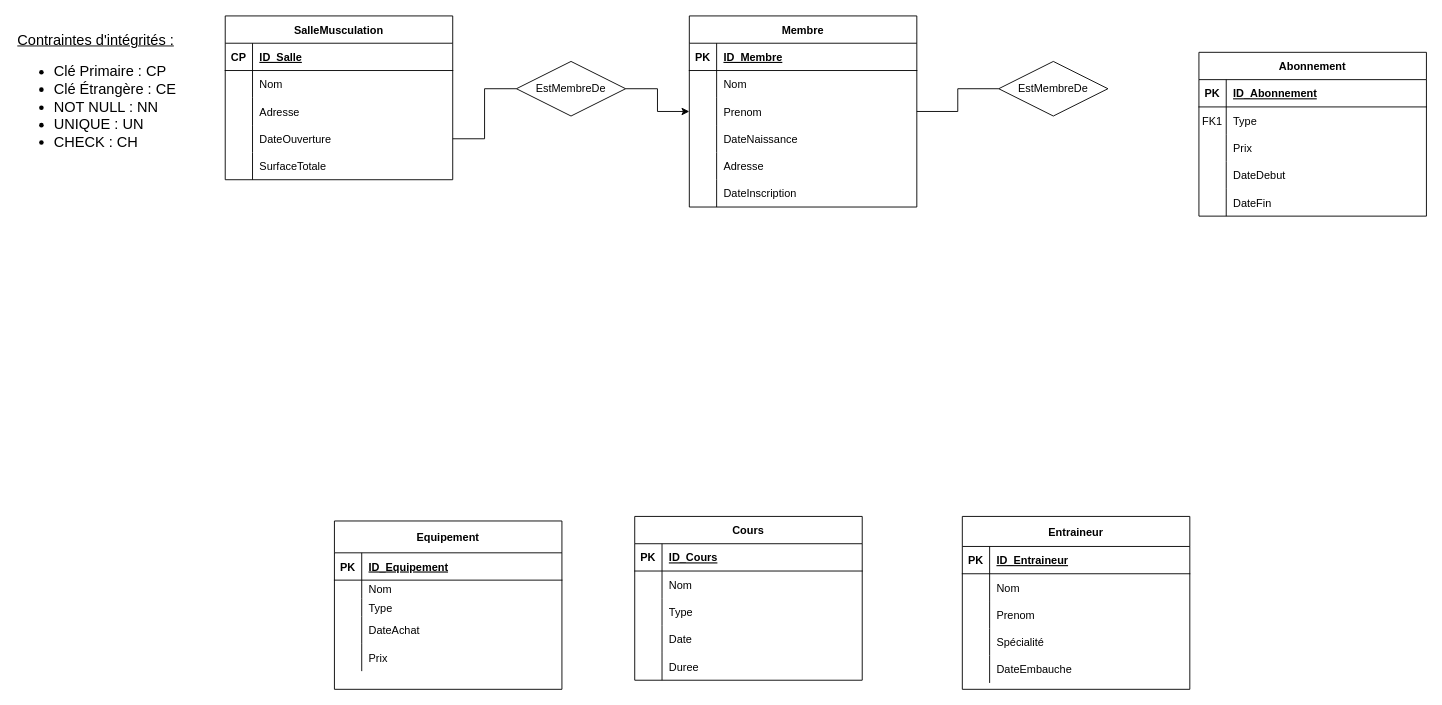
This is SchémaE/R.drawio from uvsqNathanAmoussou/SalleDeMuscuBDD, a draw.io file, before an edit. Source tidied: cells renumbered, new cells numbered last; positions are measured from the earlier drawing's top-left corner, leaving out a move shared by most shapes. Both pictures are drawn from the tidied source at 91%, with x=0, y=0 at pixel (15, 15).
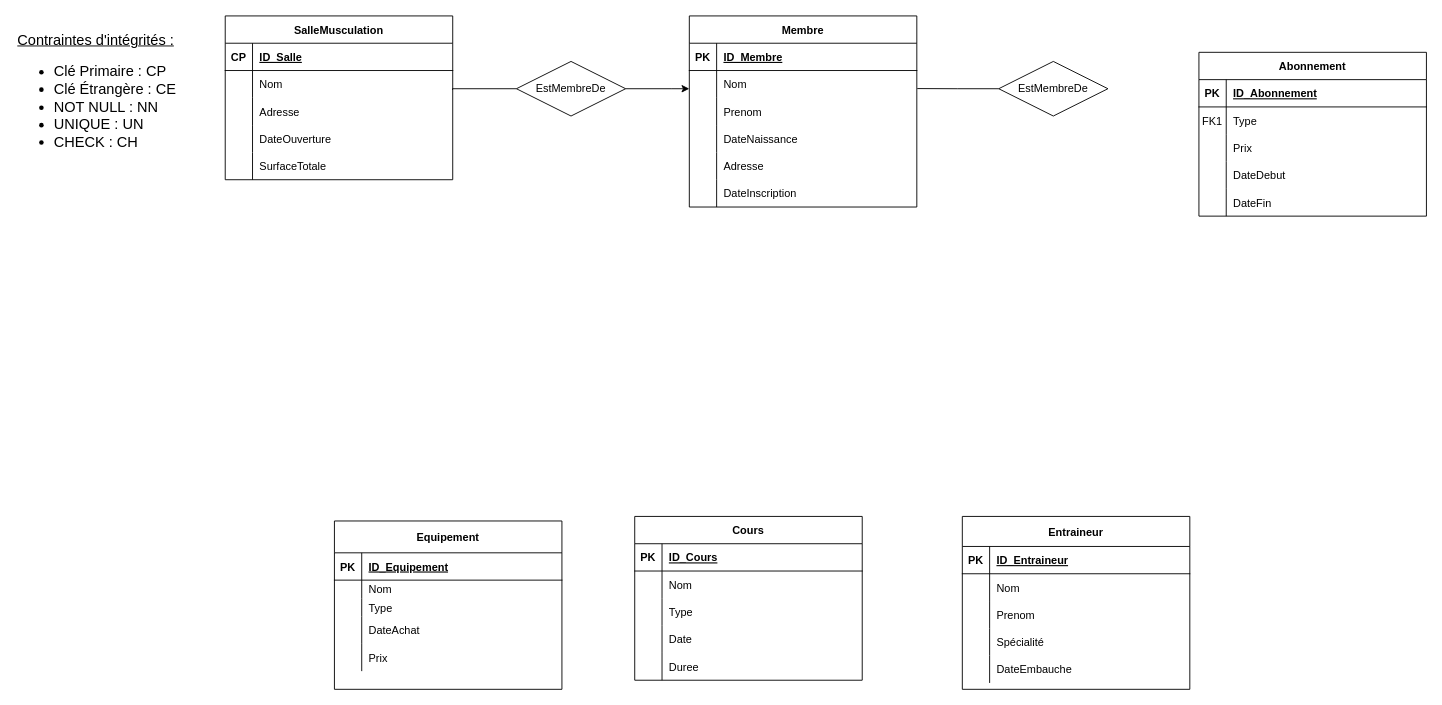
Above is the later version.

Commit message:
Mettre à jour R.drawio

Unchanged cells that the change refers to:
```xml
<mxCell id="6" style="shape=partialRectangle;fillColor=none;points=[[0,0.5],[1,0.5]];portConstraint=eastwest;top=0;left=0;right=0;bottom=0;" parent="2" vertex="1">
  <mxGeometry y="60" width="250" height="30" as="geometry" />
</mxCell>
<mxCell id="9" style="shape=partialRectangle;fillColor=none;points=[[0,0.5],[1,0.5]];portConstraint=eastwest;top=0;left=0;right=0;bottom=0;" parent="2" vertex="1">
  <mxGeometry y="90" width="250" height="30" as="geometry" />
</mxCell>
<mxCell id="41" style="shape=partialRectangle;fillColor=none;points=[[0,0.5],[1,0.5]];portConstraint=eastwest;top=0;left=0;right=0;bottom=0;" parent="37" vertex="1">
  <mxGeometry y="60" width="250" height="30" as="geometry" />
</mxCell>
<mxCell id="47" style="shape=partialRectangle;fillColor=none;points=[[0,0.5],[1,0.5]];portConstraint=eastwest;top=0;left=0;right=0;bottom=0;" parent="37" vertex="1">
  <mxGeometry y="120" width="250" height="30" as="geometry" />
</mxCell>
<mxCell id="103" value="EstMembreDe" style="shape=rhombus;perimeter=rhombusPerimeter;whiteSpace=wrap;html=1;align=center;" parent="1" vertex="1">
  <mxGeometry x="550" y="50" width="120" height="60" as="geometry" />
</mxCell>
<mxCell id="105" value="EstMembreDe" style="shape=rhombus;perimeter=rhombusPerimeter;whiteSpace=wrap;html=1;align=center;" parent="1" vertex="1">
  <mxGeometry x="1080" y="50" width="120" height="60" as="geometry" />
</mxCell>
```

What changed in the source:
```diff
@@
-    <mxCell id="101" style="edgeStyle=orthogonalEdgeStyle;rounded=0;jettySize=auto;html=1;exitX=0;exitY=0.5;exitDx=0;exitDy=0;endArrow=none;endFill=0;" parent="1" edge="1" source="103" target="47">
-      <mxGeometry relative="1" as="geometry" />
+    <mxCell id="101" style="edgeStyle=orthogonalEdgeStyle;rounded=0;jettySize=auto;html=1;endArrow=none;endFill=0;entryX=0.999;entryY=0.705;entryDx=0;entryDy=0;entryPerimeter=0;exitX=0;exitY=0.5;exitDx=0;exitDy=0;" parent="1" edge="1" source="103" target="41">
+      <mxGeometry relative="1" as="geometry">
+        <Array as="points">
+          <mxPoint x="550" y="80" />
+          <mxPoint x="480" y="80" />
+        </Array>
+      </mxGeometry>
     </mxCell>
-    <mxCell id="102" style="edgeStyle=orthogonalEdgeStyle;rounded=0;jettySize=auto;html=1;" parent="1" edge="1" source="103" target="9">
-      <mxGeometry relative="1" as="geometry" />
+    <mxCell id="102" style="edgeStyle=orthogonalEdgeStyle;rounded=0;jettySize=auto;html=1;" parent="1" edge="1" source="103" target="6">
+      <mxGeometry relative="1" as="geometry">
+        <Array as="points">
+          <mxPoint x="720" y="80" />
+          <mxPoint x="720" y="80" />
+        </Array>
+      </mxGeometry>
     </mxCell>
@@
-    <mxCell id="104" style="edgeStyle=orthogonalEdgeStyle;rounded=0;jettySize=auto;html=1;endArrow=none;endFill=0;" parent="1" edge="1" source="105" target="9">
+    <mxCell id="104" style="edgeStyle=orthogonalEdgeStyle;rounded=0;jettySize=auto;html=1;endArrow=none;endFill=0;entryX=1.002;entryY=0.661;entryDx=0;entryDy=0;entryPerimeter=0;" parent="1" edge="1" source="105" target="6">
       <mxGeometry relative="1" as="geometry" />
     </mxCell>
```
